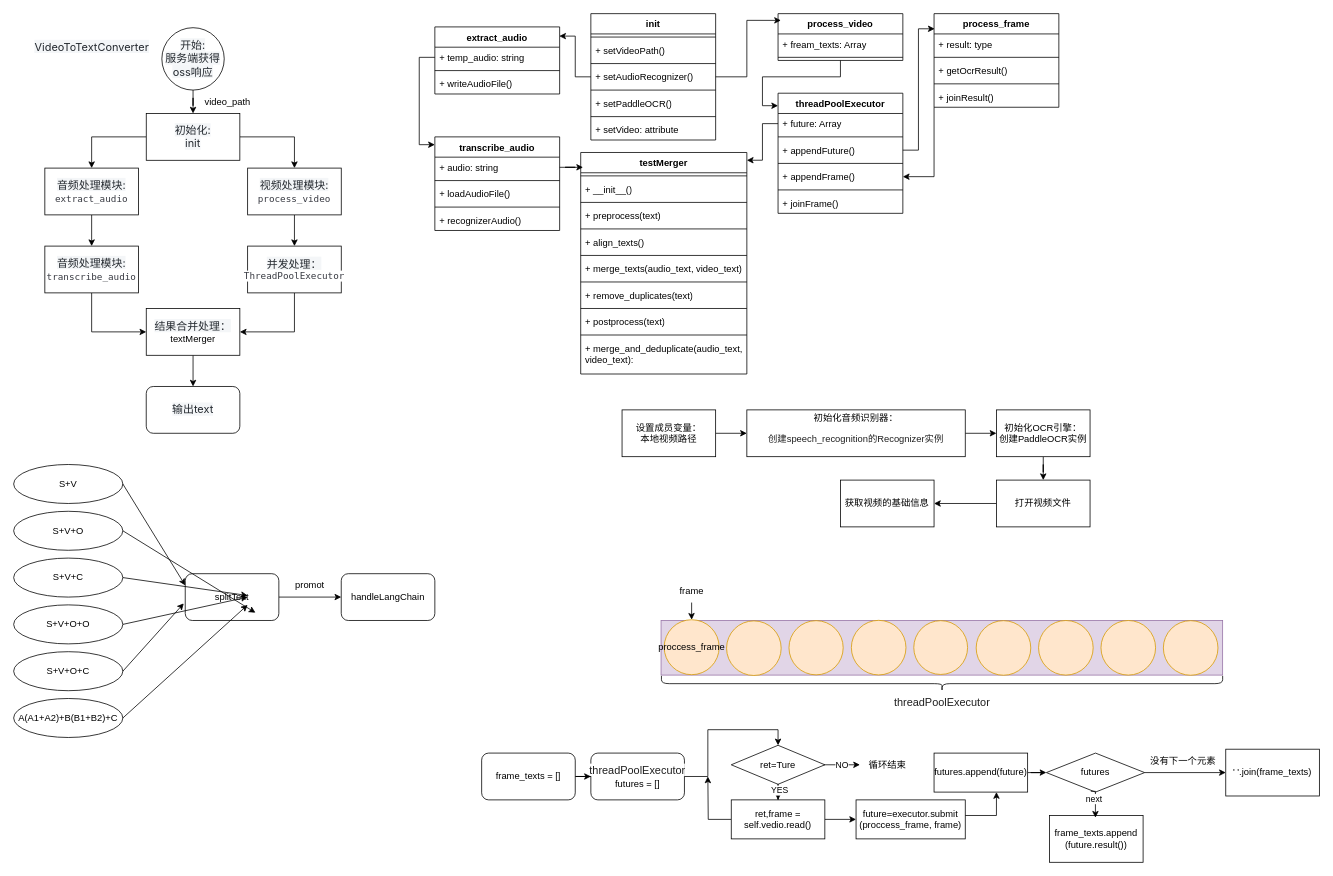
This is 未命名绘图.drawio from gjf610/my-blog, a draw.io file, before an edit. Source tidied: cells renumbered, new cells numbered last; positions are measured from the earlier drawing's top-left corner, leaving out a move shared by most shapes. Both pictures are drawn from the tidied source at 78%, with x=0, y=0 at pixel (13, 13).
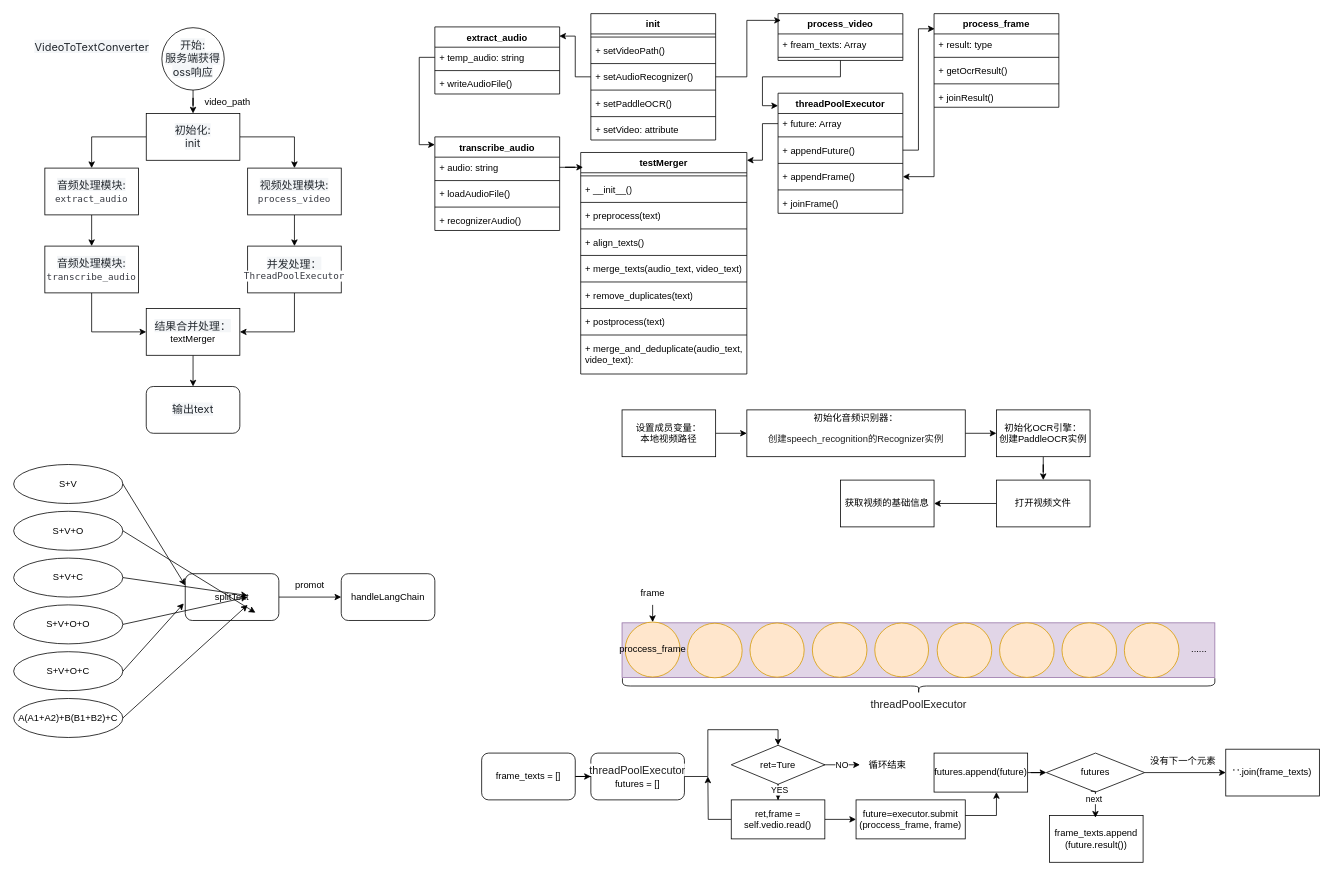
After the change.

Commit message:
更新未命名绘图.drawio

Diff of the diagram source:
```diff
@@
     <mxCell id="104" style="rounded=0;whiteSpace=wrap;html=1;fillColor=#e1d5e7;strokeColor=#9673a6;" parent="1" vertex="1">
-      <mxGeometry x="830" y="778" width="720" height="70" as="geometry" />
+      <mxGeometry x="780" y="781" width="760" height="70" as="geometry" />
     </mxCell>
     <mxCell id="105" value="proccess_frame" style="ellipse;whiteSpace=wrap;html=1;fillColor=#ffe6cc;strokeColor=#d79b00;" parent="1" vertex="1">
-      <mxGeometry x="834" y="777" width="70.5" height="70.5" as="geometry" />
+      <mxGeometry x="784" y="780" width="70.5" height="70.5" as="geometry" />
     </mxCell>
     <mxCell id="106" style="ellipse;whiteSpace=wrap;html=1;fillColor=#ffe6cc;strokeColor=#d79b00;" parent="1" vertex="1">
-      <mxGeometry x="914" y="778.5" width="70" height="70" as="geometry" />
+      <mxGeometry x="864" y="781.5" width="70" height="70" as="geometry" />
     </mxCell>
     <mxCell id="107" style="ellipse;whiteSpace=wrap;html=1;fillColor=#ffe6cc;strokeColor=#d79b00;" parent="1" vertex="1">
-      <mxGeometry x="994" y="778.2" width="69.5" height="69.5" as="geometry" />
+      <mxGeometry x="944" y="781.2" width="69.5" height="69.5" as="geometry" />
     </mxCell>
     <mxCell id="108" style="ellipse;whiteSpace=wrap;html=1;fillColor=#ffe6cc;strokeColor=#d79b00;" parent="1" vertex="1">
-      <mxGeometry x="1234" y="778.2" width="70" height="70" as="geometry" />
+      <mxGeometry x="1184" y="781.2" width="70" height="70" as="geometry" />
     </mxCell>
     <mxCell id="109" style="ellipse;whiteSpace=wrap;html=1;fillColor=#ffe6cc;strokeColor=#d79b00;" parent="1" vertex="1">
-      <mxGeometry x="1154" y="778.2" width="69" height="69" as="geometry" />
+      <mxGeometry x="1104" y="781.2" width="69" height="69" as="geometry" />
     </mxCell>
     <mxCell id="110" style="ellipse;whiteSpace=wrap;html=1;fillColor=#ffe6cc;strokeColor=#d79b00;" parent="1" vertex="1">
-      <mxGeometry x="1074" y="777.8" width="70" height="70" as="geometry" />
+      <mxGeometry x="1024" y="780.8" width="70" height="70" as="geometry" />
     </mxCell>
     <mxCell id="111" style="shape=curlyBracket;whiteSpace=wrap;html=1;rounded=1;flipH=1;labelPosition=right;verticalLabelPosition=middle;align=left;verticalAlign=middle;direction=north;" parent="1" vertex="1">
-      <mxGeometry x="830.5" y="849" width="719.5" height="20" as="geometry" />
+      <mxGeometry x="780.5" y="852" width="759.5" height="20" as="geometry" />
     </mxCell>
     <mxCell id="112" value="&lt;p class=&quot;MsoNormal&quot;&gt;&lt;span style=&quot;font-family: 宋体; color: rgb(31, 31, 31); letter-spacing: 0pt; font-size: 10.5pt; background: rgb(255, 255, 255);&quot; class=&quot;16&quot;&gt;&lt;font face=&quot;宋体&quot;&gt;threadPoolExecutor&lt;/font&gt;&lt;/span&gt;&lt;/p&gt;" style="text;html=1;align=center;verticalAlign=middle;strokeColor=none;fillColor=none;" parent="1" vertex="1">
-      <mxGeometry x="1115.2" y="858" width="150" height="50" as="geometry" />
+      <mxGeometry x="1085.2" y="861" width="150" height="50" as="geometry" />
     </mxCell>
     <mxCell id="113" style="ellipse;whiteSpace=wrap;html=1;fillColor=#ffe6cc;strokeColor=#d79b00;" parent="1" vertex="1">
-      <mxGeometry x="1314" y="778" width="70" height="70" as="geometry" />
+      <mxGeometry x="1264" y="781" width="70" height="70" as="geometry" />
     </mxCell>
     <mxCell id="114" style="ellipse;whiteSpace=wrap;html=1;fillColor=#ffe6cc;strokeColor=#d79b00;" parent="1" vertex="1">
-      <mxGeometry x="1394" y="778" width="70" height="70" as="geometry" />
+      <mxGeometry x="1344" y="781" width="70" height="70" as="geometry" />
     </mxCell>
@@
     <mxCell id="140" value="&lt;span style=&quot;text-wrap: wrap;&quot;&gt;frame&lt;/span&gt;" style="text;html=1;align=center;verticalAlign=middle;points=[];strokeColor=none;fillColor=none;" parent="1" vertex="1">
-      <mxGeometry x="844.2" y="725" width="50" height="30" as="geometry" />
+      <mxGeometry x="794.2" y="728" width="50" height="30" as="geometry" />
     </mxCell>
     <mxCell id="141" style="ellipse;whiteSpace=wrap;html=1;fillColor=#ffe6cc;strokeColor=#d79b00;" parent="1" vertex="1">
-      <mxGeometry x="1474" y="778.2" width="70" height="70" as="geometry" />
+      <mxGeometry x="1424" y="781.2" width="70" height="70" as="geometry" />
     </mxCell>
+    <mxCell id="142" value="......" style="text;html=1;align=center;verticalAlign=middle;whiteSpace=wrap;rounded=0;" parent="1" vertex="1">
+      <mxGeometry x="1490" y="800.2" width="60" height="30" as="geometry" />
+    </mxCell>
```
